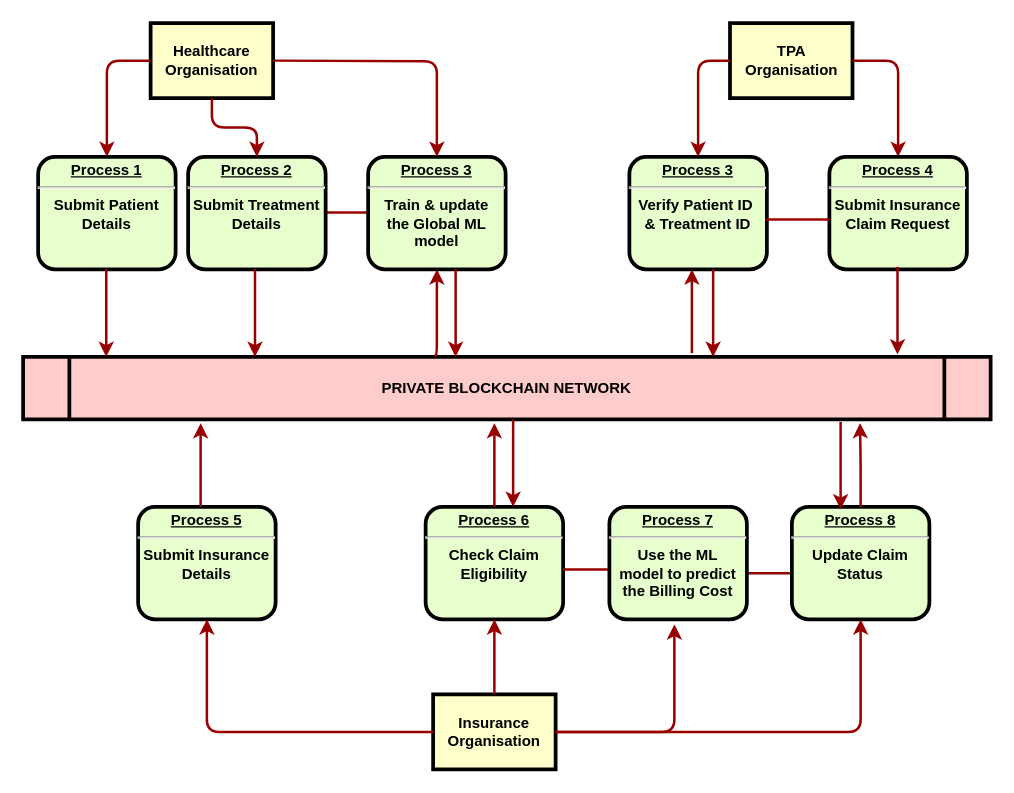
Above: ad.drawio in jkt10125/healthcare-claim-processing-system (draw.io), before the change. Source tidied: cells renumbered, new cells numbered last; positions are measured from the earlier drawing's top-left corner, leaving out a move shared by most shapes. Both pictures are drawn from the tidied source at 125%, with x=0, y=0 at pixel (22, 22).
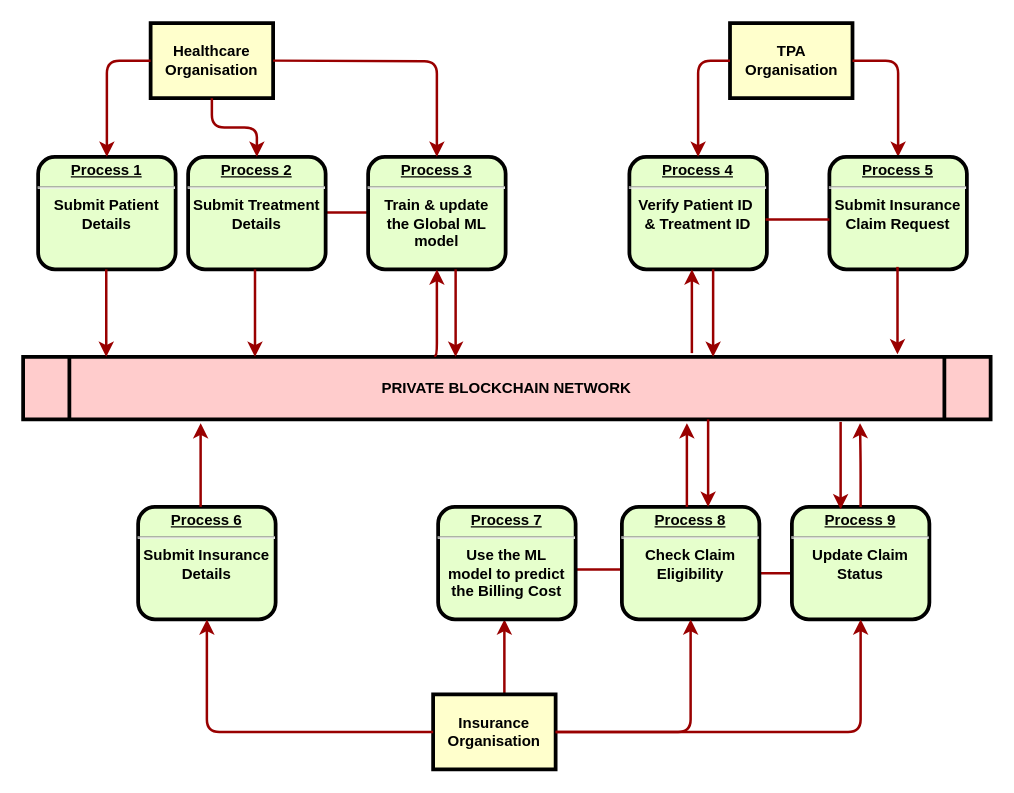
The same page after the edit.

Unchanged cells that the change refers to:
```xml
<mxCell id="16" value="Insurance Organisation" style="whiteSpace=wrap;align=center;verticalAlign=middle;fontStyle=1;strokeWidth=3;fillColor=#FFFFCC;" parent="1" vertex="1">
  <mxGeometry x="328" y="537" width="98" height="60" as="geometry" />
</mxCell>
```

Change to the diagram source:
```diff
@@
+    <mxCell id="32" style="strokeColor=#990000;strokeWidth=2;endArrow=none;endFill=0;" parent="1" edge="1">
+      <mxGeometry relative="1" as="geometry">
+        <mxPoint x="432" y="437" as="sourcePoint" />
+        <mxPoint x="542" y="437" as="targetPoint" />
+      </mxGeometry>
+    </mxCell>
+    <mxCell id="40" style="strokeColor=#990000;strokeWidth=2;exitX=0.5;exitY=0;exitDx=0;exitDy=0;entryX=0.865;entryY=1.06;entryDx=0;entryDy=0;entryPerimeter=0;" parent="1" edge="1">
+      <mxGeometry relative="1" as="geometry">
+        <mxPoint x="385" y="544" as="sourcePoint" />
+        <mxPoint x="385" y="477" as="targetPoint" />
+      </mxGeometry>
+    </mxCell>
@@
-    <mxCell id="9" value="&lt;p style=&quot;margin: 0px; margin-top: 4px; text-align: center; text-decoration: underline;&quot;&gt;&lt;strong&gt;Process 3&lt;br&gt;&lt;/strong&gt;&lt;/p&gt;&lt;hr&gt;&lt;div&gt;Verify Patient ID&amp;nbsp;&lt;/div&gt;&lt;div&gt;&amp;amp; Treatment ID&lt;br&gt;&lt;/div&gt;" style="verticalAlign=middle;align=center;overflow=fill;fontSize=12;fontFamily=Helvetica;html=1;rounded=1;fontStyle=1;strokeWidth=3;fillColor=#E6FFCC;" parent="1" vertex="1">
+    <mxCell id="9" value="&lt;p style=&quot;margin: 4px 0px 0px; text-align: center; text-decoration: underline;&quot;&gt;&lt;strong&gt;Process 4&lt;br&gt;&lt;/strong&gt;&lt;/p&gt;&lt;hr&gt;&lt;div&gt;Verify Patient ID&amp;nbsp;&lt;/div&gt;&lt;div&gt;&amp;amp; Treatment ID&lt;br&gt;&lt;/div&gt;" style="verticalAlign=middle;align=center;overflow=fill;fontSize=12;fontFamily=Helvetica;html=1;rounded=1;fontStyle=1;strokeWidth=3;fillColor=#E6FFCC;" parent="1" vertex="1">
       <mxGeometry x="485" y="107" width="110" height="90" as="geometry" />
     </mxCell>
@@
-    <mxCell id="13" value="&lt;p style=&quot;margin: 0px; margin-top: 4px; text-align: center; text-decoration: underline;&quot;&gt;&lt;strong&gt;Process 4&lt;br&gt;&lt;/strong&gt;&lt;/p&gt;&lt;hr&gt;&lt;div&gt;Submit Insurance&lt;/div&gt;&lt;div&gt;Claim Request&lt;br&gt;&lt;/div&gt;" style="verticalAlign=middle;align=center;overflow=fill;fontSize=12;fontFamily=Helvetica;html=1;rounded=1;fontStyle=1;strokeWidth=3;fillColor=#E6FFCC;" parent="1" vertex="1">
+    <mxCell id="13" value="&lt;p style=&quot;margin: 4px 0px 0px; text-align: center; text-decoration: underline;&quot;&gt;&lt;strong&gt;Process 5&lt;br&gt;&lt;/strong&gt;&lt;/p&gt;&lt;hr&gt;&lt;div&gt;Submit Insurance&lt;/div&gt;&lt;div&gt;Claim Request&lt;br&gt;&lt;/div&gt;" style="verticalAlign=middle;align=center;overflow=fill;fontSize=12;fontFamily=Helvetica;html=1;rounded=1;fontStyle=1;strokeWidth=3;fillColor=#E6FFCC;" parent="1" vertex="1">
       <mxGeometry x="645" y="107" width="110" height="90" as="geometry" />
     </mxCell>
-    <mxCell id="14" value="&lt;p style=&quot;margin: 0px; margin-top: 4px; text-align: center; text-decoration: underline;&quot;&gt;&lt;strong&gt;Process 5&lt;br&gt;&lt;/strong&gt;&lt;/p&gt;&lt;hr&gt;&lt;div&gt;Submit Insurance&lt;/div&gt;&lt;div&gt;Details&lt;br&gt;&lt;/div&gt;" style="verticalAlign=middle;align=center;overflow=fill;fontSize=12;fontFamily=Helvetica;html=1;rounded=1;fontStyle=1;strokeWidth=3;fillColor=#E6FFCC;" parent="1" vertex="1">
+    <mxCell id="14" value="&lt;p style=&quot;margin: 4px 0px 0px; text-align: center; text-decoration: underline;&quot;&gt;&lt;strong&gt;Process 6&lt;br&gt;&lt;/strong&gt;&lt;/p&gt;&lt;hr&gt;&lt;div&gt;Submit Insurance&lt;/div&gt;&lt;div&gt;Details&lt;br&gt;&lt;/div&gt;" style="verticalAlign=middle;align=center;overflow=fill;fontSize=12;fontFamily=Helvetica;html=1;rounded=1;fontStyle=1;strokeWidth=3;fillColor=#E6FFCC;" parent="1" vertex="1">
       <mxGeometry x="92" y="387" width="110" height="90" as="geometry" />
     </mxCell>
-    <mxCell id="15" value="&lt;p style=&quot;margin: 0px; margin-top: 4px; text-align: center; text-decoration: underline;&quot;&gt;&lt;strong&gt;Process 6&lt;br&gt;&lt;/strong&gt;&lt;/p&gt;&lt;hr&gt;&lt;div&gt;Check Claim&lt;/div&gt;&lt;div&gt;Eligibility&lt;br&gt;&lt;/div&gt;" style="verticalAlign=middle;align=center;overflow=fill;fontSize=12;fontFamily=Helvetica;html=1;rounded=1;fontStyle=1;strokeWidth=3;fillColor=#E6FFCC;" parent="1" vertex="1">
-      <mxGeometry x="322" y="387" width="110" height="90" as="geometry" />
+    <mxCell id="15" value="&lt;p style=&quot;margin: 4px 0px 0px; text-align: center; text-decoration: underline;&quot;&gt;&lt;strong&gt;Process 8&lt;br&gt;&lt;/strong&gt;&lt;/p&gt;&lt;hr&gt;&lt;div&gt;Check Claim&lt;/div&gt;&lt;div&gt;Eligibility&lt;br&gt;&lt;/div&gt;" style="verticalAlign=middle;align=center;overflow=fill;fontSize=12;fontFamily=Helvetica;html=1;rounded=1;fontStyle=1;strokeWidth=3;fillColor=#E6FFCC;" parent="1" vertex="1">
+      <mxGeometry x="479" y="387" width="110" height="90" as="geometry" />
     </mxCell>
@@
-    <mxCell id="17" value="&lt;p style=&quot;margin: 4px 0px 0px; text-align: center; text-decoration: underline;&quot;&gt;&lt;strong&gt;Process 8&lt;br&gt;&lt;/strong&gt;&lt;/p&gt;&lt;hr&gt;&lt;div&gt;Update Claim&lt;/div&gt;&lt;div&gt;Status&lt;br&gt;&lt;/div&gt;" style="verticalAlign=middle;align=center;overflow=fill;fontSize=12;fontFamily=Helvetica;html=1;rounded=1;fontStyle=1;strokeWidth=3;fillColor=#E6FFCC;" parent="1" vertex="1">
+    <mxCell id="17" value="&lt;p style=&quot;margin: 4px 0px 0px; text-align: center; text-decoration: underline;&quot;&gt;&lt;strong&gt;Process 9&lt;br&gt;&lt;/strong&gt;&lt;/p&gt;&lt;hr&gt;&lt;div&gt;Update Claim&lt;/div&gt;&lt;div&gt;Status&lt;br&gt;&lt;/div&gt;" style="verticalAlign=middle;align=center;overflow=fill;fontSize=12;fontFamily=Helvetica;html=1;rounded=1;fontStyle=1;strokeWidth=3;fillColor=#E6FFCC;" parent="1" vertex="1">
       <mxGeometry x="615" y="387" width="110" height="90" as="geometry" />
     </mxCell>
@@
-    <mxCell id="19" style="edgeStyle=orthogonalEdgeStyle;strokeColor=#990000;strokeWidth=2;exitX=0.5;exitY=0;exitDx=0;exitDy=0;entryX=0.5;entryY=1;entryDx=0;entryDy=0;" parent="1" edge="1" source="16" target="15">
+    <mxCell id="19" style="edgeStyle=orthogonalEdgeStyle;strokeColor=#990000;strokeWidth=2;exitX=1;exitY=0.5;exitDx=0;exitDy=0;entryX=0.5;entryY=1;entryDx=0;entryDy=0;" parent="1" edge="1" source="16" target="15">
       <mxGeometry relative="1" as="geometry" />
     </mxCell>
@@
     <mxCell id="22" style="edgeStyle=orthogonalEdgeStyle;strokeColor=#990000;strokeWidth=2;exitX=0.5;exitY=0;exitDx=0;exitDy=0;entryX=0.865;entryY=1.06;entryDx=0;entryDy=0;entryPerimeter=0;" parent="1" edge="1">
       <mxGeometry relative="1" as="geometry">
-        <mxPoint x="377" y="387" as="sourcePoint" />
-        <mxPoint x="377" y="320" as="targetPoint" />
+        <mxPoint x="531" y="387" as="sourcePoint" />
+        <mxPoint x="531" y="320" as="targetPoint" />
         <Array as="points">
-          <mxPoint x="377" y="347" />
-          <mxPoint x="377" y="347" />
+          <mxPoint x="531" y="347" />
+          <mxPoint x="531" y="347" />
         </Array>
       </mxGeometry>
     </mxCell>
@@
     <mxCell id="27" style="strokeColor=#990000;strokeWidth=2;" parent="1" edge="1">
       <mxGeometry relative="1" as="geometry">
-        <mxPoint x="392" y="317" as="sourcePoint" />
-        <mxPoint x="392" y="387" as="targetPoint" />
+        <mxPoint x="548" y="317" as="sourcePoint" />
+        <mxPoint x="548" y="387" as="targetPoint" />
       </mxGeometry>
     </mxCell>
@@
-    <mxCell id="32" style="strokeColor=#990000;strokeWidth=2;endArrow=none;endFill=0;" parent="1" edge="1">
-      <mxGeometry relative="1" as="geometry">
-        <mxPoint x="432" y="437" as="sourcePoint" />
-        <mxPoint x="542" y="437" as="targetPoint" />
-      </mxGeometry>
-    </mxCell>
     <mxCell id="33" value="&lt;p style=&quot;margin: 4px 0px 0px; text-align: center; text-decoration: underline;&quot;&gt;&lt;strong&gt;Process 7&lt;br&gt;&lt;/strong&gt;&lt;/p&gt;&lt;hr&gt;&lt;div&gt;Use the ML&lt;/div&gt;&lt;div&gt;model to predict&lt;/div&gt;&lt;div&gt;the Billing Cost&lt;br&gt;&lt;/div&gt;" style="verticalAlign=middle;align=center;overflow=fill;fontSize=12;fontFamily=Helvetica;html=1;rounded=1;fontStyle=1;strokeWidth=3;fillColor=#E6FFCC;" parent="1" vertex="1">
-      <mxGeometry x="469" y="387" width="110" height="90" as="geometry" />
+      <mxGeometry x="332" y="387" width="110" height="90" as="geometry" />
     </mxCell>
@@
-    <mxCell id="35" style="edgeStyle=orthogonalEdgeStyle;strokeColor=#990000;strokeWidth=2;exitX=1;exitY=0.5;exitDx=0;exitDy=0;" parent="1" edge="1" source="16">
-      <mxGeometry relative="1" as="geometry">
-        <mxPoint x="521" y="481" as="targetPoint" />
-        <Array as="points">
-          <mxPoint x="521" y="567" />
-        </Array>
-      </mxGeometry>
-    </mxCell>
```
